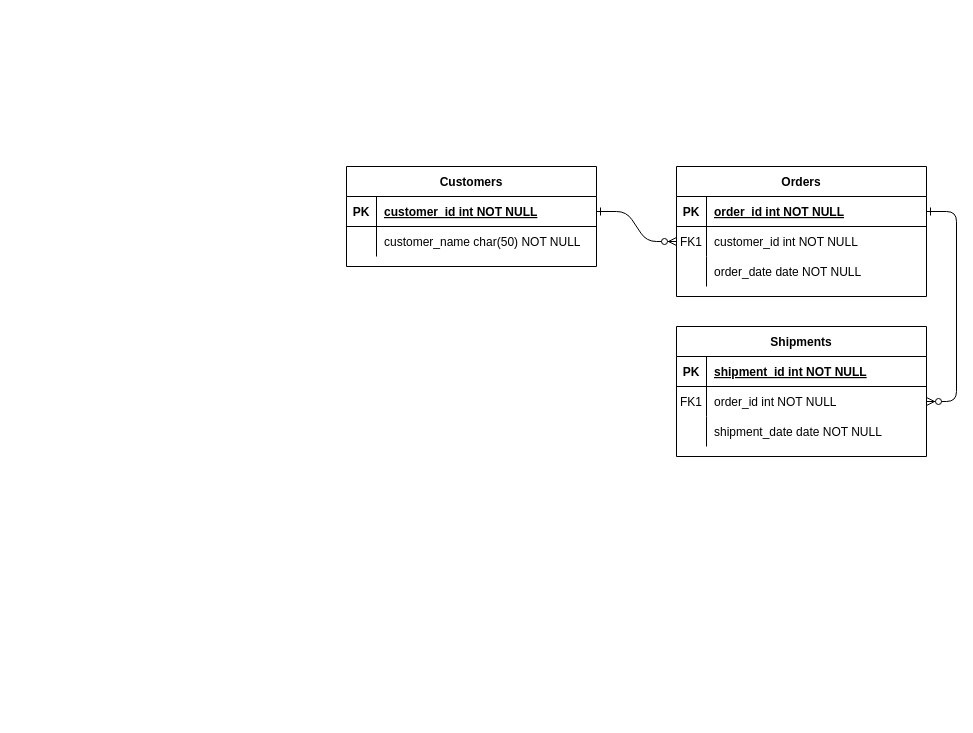
This is ER Diagram.drawio from ProgMahabub21/ABCD, a draw.io file, before an edit. Source tidied: cells renumbered, new cells numbered last; positions are measured from the earlier drawing's top-left corner, leaving out a move shared by most shapes. Both pictures are drawn from the tidied source at 100%, with x=0, y=0 at pixel (346, 166).
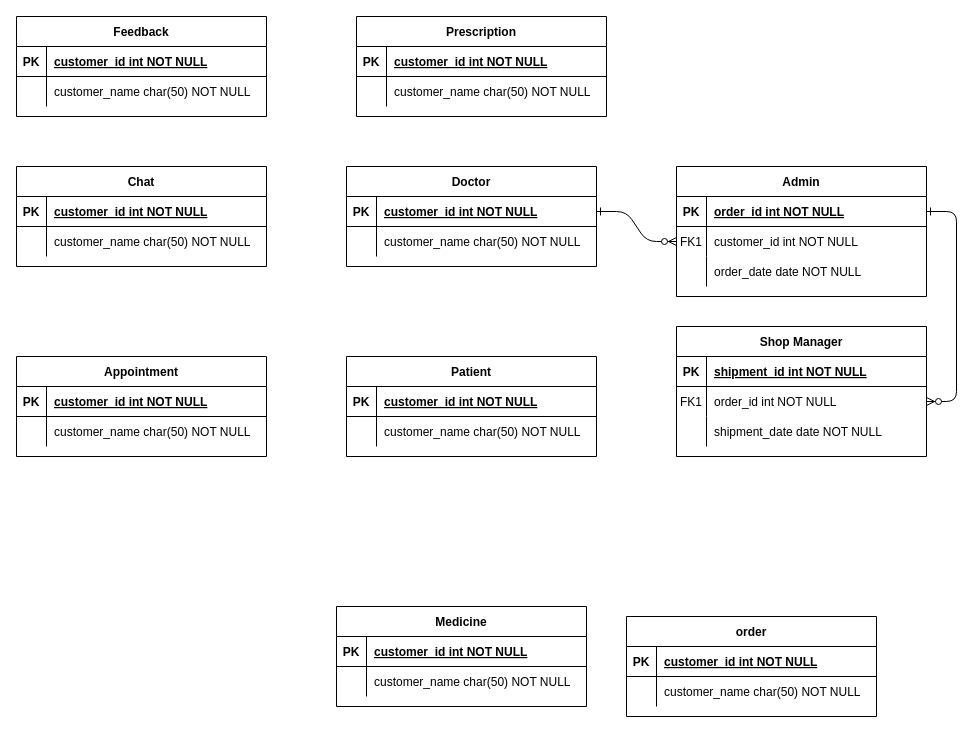
Above is the later version.

Change to the diagram source:
```diff
@@
-    <mxCell id="4" value="Orders" style="shape=table;startSize=30;childLayout=tableLayout;rowLines=0;fontStyle=1;align=center;" parent="1" vertex="1">
+    <mxCell id="4" value="Admin" style="shape=table;startSize=30;childLayout=tableLayout;rowLines=0;fontStyle=1;align=center;" parent="1" vertex="1">
       <mxGeometry x="330" width="250" height="130" as="geometry" />
     </mxCell>
@@
-    <mxCell id="14" value="Shipments" style="shape=table;startSize=30;childLayout=tableLayout;rowLines=0;fontStyle=1;align=center;" parent="1" vertex="1">
+    <mxCell id="14" value="Shop Manager" style="shape=table;startSize=30;childLayout=tableLayout;rowLines=0;fontStyle=1;align=center;" parent="1" vertex="1">
       <mxGeometry x="330" y="160" width="250" height="130" as="geometry" />
     </mxCell>
@@
-    <mxCell id="24" value="Customers" style="shape=table;startSize=30;childLayout=tableLayout;rowLines=0;fontStyle=1;align=center;" parent="1" vertex="1">
+    <mxCell id="24" value="Doctor" style="shape=table;startSize=30;childLayout=tableLayout;rowLines=0;fontStyle=1;align=center;" parent="1" vertex="1">
       <mxGeometry width="250" height="100" as="geometry" />
     </mxCell>
@@
+    <mxCell id="31" value="Patient" style="shape=table;startSize=30;childLayout=tableLayout;rowLines=0;fontStyle=1;align=center;" parent="1" vertex="1">
+      <mxGeometry y="190" width="250" height="100" as="geometry" />
+    </mxCell>
+    <mxCell id="32" style="shape=partialRectangle;fillColor=none;top=0;left=0;right=0;bottom=1;" parent="31" vertex="1">
+      <mxGeometry y="30" width="250" height="30" as="geometry" />
+    </mxCell>
+    <mxCell id="33" value="PK" style="shape=partialRectangle;overflow=hidden;fillColor=none;top=0;left=0;bottom=0;right=0;fontStyle=1;" parent="32" vertex="1">
+      <mxGeometry width="30" height="30" as="geometry" />
+    </mxCell>
+    <mxCell id="34" value="customer_id int NOT NULL " style="shape=partialRectangle;overflow=hidden;fillColor=none;top=0;left=0;bottom=0;right=0;align=left;spacingLeft=6;fontStyle=5;" parent="32" vertex="1">
+      <mxGeometry x="30" width="220" height="30" as="geometry" />
+    </mxCell>
+    <mxCell id="35" style="shape=partialRectangle;fillColor=none;top=0;left=0;right=0;bottom=0;" parent="31" vertex="1">
+      <mxGeometry y="60" width="250" height="30" as="geometry" />
+    </mxCell>
+    <mxCell id="36" style="shape=partialRectangle;overflow=hidden;fillColor=none;top=0;left=0;bottom=0;right=0;" parent="35" vertex="1">
+      <mxGeometry width="30" height="30" as="geometry" />
+    </mxCell>
+    <mxCell id="37" value="customer_name char(50) NOT NULL" style="shape=partialRectangle;overflow=hidden;fillColor=none;top=0;left=0;bottom=0;right=0;align=left;spacingLeft=6;" parent="35" vertex="1">
+      <mxGeometry x="30" width="220" height="30" as="geometry" />
+    </mxCell>
+    <mxCell id="38" value="Prescription" style="shape=table;startSize=30;childLayout=tableLayout;rowLines=0;fontStyle=1;align=center;" parent="1" vertex="1">
+      <mxGeometry x="10" y="-150" width="250" height="100" as="geometry" />
+    </mxCell>
+    <mxCell id="39" style="shape=partialRectangle;fillColor=none;top=0;left=0;right=0;bottom=1;" parent="38" vertex="1">
+      <mxGeometry y="30" width="250" height="30" as="geometry" />
+    </mxCell>
+    <mxCell id="40" value="PK" style="shape=partialRectangle;overflow=hidden;fillColor=none;top=0;left=0;bottom=0;right=0;fontStyle=1;" parent="39" vertex="1">
+      <mxGeometry width="30" height="30" as="geometry" />
+    </mxCell>
+    <mxCell id="41" value="customer_id int NOT NULL " style="shape=partialRectangle;overflow=hidden;fillColor=none;top=0;left=0;bottom=0;right=0;align=left;spacingLeft=6;fontStyle=5;" parent="39" vertex="1">
+      <mxGeometry x="30" width="220" height="30" as="geometry" />
+    </mxCell>
+    <mxCell id="42" style="shape=partialRectangle;fillColor=none;top=0;left=0;right=0;bottom=0;" parent="38" vertex="1">
+      <mxGeometry y="60" width="250" height="30" as="geometry" />
+    </mxCell>
+    <mxCell id="43" style="shape=partialRectangle;overflow=hidden;fillColor=none;top=0;left=0;bottom=0;right=0;" parent="42" vertex="1">
+      <mxGeometry width="30" height="30" as="geometry" />
+    </mxCell>
+    <mxCell id="44" value="customer_name char(50) NOT NULL" style="shape=partialRectangle;overflow=hidden;fillColor=none;top=0;left=0;bottom=0;right=0;align=left;spacingLeft=6;" parent="42" vertex="1">
+      <mxGeometry x="30" width="220" height="30" as="geometry" />
+    </mxCell>
+    <mxCell id="45" value="Chat" style="shape=table;startSize=30;childLayout=tableLayout;rowLines=0;fontStyle=1;align=center;" parent="1" vertex="1">
+      <mxGeometry x="-330" width="250" height="100" as="geometry" />
+    </mxCell>
+    <mxCell id="46" style="shape=partialRectangle;fillColor=none;top=0;left=0;right=0;bottom=1;" parent="45" vertex="1">
+      <mxGeometry y="30" width="250" height="30" as="geometry" />
+    </mxCell>
+    <mxCell id="47" value="PK" style="shape=partialRectangle;overflow=hidden;fillColor=none;top=0;left=0;bottom=0;right=0;fontStyle=1;" parent="46" vertex="1">
+      <mxGeometry width="30" height="30" as="geometry" />
+    </mxCell>
+    <mxCell id="48" value="customer_id int NOT NULL " style="shape=partialRectangle;overflow=hidden;fillColor=none;top=0;left=0;bottom=0;right=0;align=left;spacingLeft=6;fontStyle=5;" parent="46" vertex="1">
+      <mxGeometry x="30" width="220" height="30" as="geometry" />
+    </mxCell>
+    <mxCell id="49" style="shape=partialRectangle;fillColor=none;top=0;left=0;right=0;bottom=0;" parent="45" vertex="1">
+      <mxGeometry y="60" width="250" height="30" as="geometry" />
+    </mxCell>
+    <mxCell id="50" style="shape=partialRectangle;overflow=hidden;fillColor=none;top=0;left=0;bottom=0;right=0;" parent="49" vertex="1">
+      <mxGeometry width="30" height="30" as="geometry" />
+    </mxCell>
+    <mxCell id="51" value="customer_name char(50) NOT NULL" style="shape=partialRectangle;overflow=hidden;fillColor=none;top=0;left=0;bottom=0;right=0;align=left;spacingLeft=6;" parent="49" vertex="1">
+      <mxGeometry x="30" width="220" height="30" as="geometry" />
+    </mxCell>
+    <mxCell id="52" value="Appointment" style="shape=table;startSize=30;childLayout=tableLayout;rowLines=0;fontStyle=1;align=center;" parent="1" vertex="1">
+      <mxGeometry x="-330" y="190" width="250" height="100" as="geometry" />
+    </mxCell>
+    <mxCell id="53" style="shape=partialRectangle;fillColor=none;top=0;left=0;right=0;bottom=1;" parent="52" vertex="1">
+      <mxGeometry y="30" width="250" height="30" as="geometry" />
+    </mxCell>
+    <mxCell id="54" value="PK" style="shape=partialRectangle;overflow=hidden;fillColor=none;top=0;left=0;bottom=0;right=0;fontStyle=1;" parent="53" vertex="1">
+      <mxGeometry width="30" height="30" as="geometry" />
+    </mxCell>
+    <mxCell id="55" value="customer_id int NOT NULL " style="shape=partialRectangle;overflow=hidden;fillColor=none;top=0;left=0;bottom=0;right=0;align=left;spacingLeft=6;fontStyle=5;" parent="53" vertex="1">
+      <mxGeometry x="30" width="220" height="30" as="geometry" />
+    </mxCell>
+    <mxCell id="56" style="shape=partialRectangle;fillColor=none;top=0;left=0;right=0;bottom=0;" parent="52" vertex="1">
+      <mxGeometry y="60" width="250" height="30" as="geometry" />
+    </mxCell>
+    <mxCell id="57" style="shape=partialRectangle;overflow=hidden;fillColor=none;top=0;left=0;bottom=0;right=0;" parent="56" vertex="1">
+      <mxGeometry width="30" height="30" as="geometry" />
+    </mxCell>
+    <mxCell id="58" value="customer_name char(50) NOT NULL" style="shape=partialRectangle;overflow=hidden;fillColor=none;top=0;left=0;bottom=0;right=0;align=left;spacingLeft=6;" parent="56" vertex="1">
+      <mxGeometry x="30" width="220" height="30" as="geometry" />
+    </mxCell>
+    <mxCell id="59" value="Feedback" style="shape=table;startSize=30;childLayout=tableLayout;rowLines=0;fontStyle=1;align=center;" parent="1" vertex="1">
+      <mxGeometry x="-330" y="-150" width="250" height="100" as="geometry" />
+    </mxCell>
+    <mxCell id="60" style="shape=partialRectangle;fillColor=none;top=0;left=0;right=0;bottom=1;" parent="59" vertex="1">
+      <mxGeometry y="30" width="250" height="30" as="geometry" />
+    </mxCell>
+    <mxCell id="61" value="PK" style="shape=partialRectangle;overflow=hidden;fillColor=none;top=0;left=0;bottom=0;right=0;fontStyle=1;" parent="60" vertex="1">
+      <mxGeometry width="30" height="30" as="geometry" />
+    </mxCell>
+    <mxCell id="62" value="customer_id int NOT NULL " style="shape=partialRectangle;overflow=hidden;fillColor=none;top=0;left=0;bottom=0;right=0;align=left;spacingLeft=6;fontStyle=5;" parent="60" vertex="1">
+      <mxGeometry x="30" width="220" height="30" as="geometry" />
+    </mxCell>
+    <mxCell id="63" style="shape=partialRectangle;fillColor=none;top=0;left=0;right=0;bottom=0;" parent="59" vertex="1">
+      <mxGeometry y="60" width="250" height="30" as="geometry" />
+    </mxCell>
+    <mxCell id="64" style="shape=partialRectangle;overflow=hidden;fillColor=none;top=0;left=0;bottom=0;right=0;" parent="63" vertex="1">
+      <mxGeometry width="30" height="30" as="geometry" />
+    </mxCell>
+    <mxCell id="65" value="customer_name char(50) NOT NULL" style="shape=partialRectangle;overflow=hidden;fillColor=none;top=0;left=0;bottom=0;right=0;align=left;spacingLeft=6;" parent="63" vertex="1">
+      <mxGeometry x="30" width="220" height="30" as="geometry" />
+    </mxCell>
+    <mxCell id="66" value="order" style="shape=table;startSize=30;childLayout=tableLayout;rowLines=0;fontStyle=1;align=center;" parent="1" vertex="1">
+      <mxGeometry x="280" y="450" width="250" height="100" as="geometry" />
+    </mxCell>
+    <mxCell id="67" style="shape=partialRectangle;fillColor=none;top=0;left=0;right=0;bottom=1;" parent="66" vertex="1">
+      <mxGeometry y="30" width="250" height="30" as="geometry" />
+    </mxCell>
+    <mxCell id="68" value="PK" style="shape=partialRectangle;overflow=hidden;fillColor=none;top=0;left=0;bottom=0;right=0;fontStyle=1;" parent="67" vertex="1">
+      <mxGeometry width="30" height="30" as="geometry" />
+    </mxCell>
+    <mxCell id="69" value="customer_id int NOT NULL " style="shape=partialRectangle;overflow=hidden;fillColor=none;top=0;left=0;bottom=0;right=0;align=left;spacingLeft=6;fontStyle=5;" parent="67" vertex="1">
+      <mxGeometry x="30" width="220" height="30" as="geometry" />
+    </mxCell>
+    <mxCell id="70" style="shape=partialRectangle;fillColor=none;top=0;left=0;right=0;bottom=0;" parent="66" vertex="1">
+      <mxGeometry y="60" width="250" height="30" as="geometry" />
+    </mxCell>
+    <mxCell id="71" style="shape=partialRectangle;overflow=hidden;fillColor=none;top=0;left=0;bottom=0;right=0;" parent="70" vertex="1">
+      <mxGeometry width="30" height="30" as="geometry" />
+    </mxCell>
+    <mxCell id="72" value="customer_name char(50) NOT NULL" style="shape=partialRectangle;overflow=hidden;fillColor=none;top=0;left=0;bottom=0;right=0;align=left;spacingLeft=6;" parent="70" vertex="1">
+      <mxGeometry x="30" width="220" height="30" as="geometry" />
+    </mxCell>
+    <mxCell id="73" value="Medicine" style="shape=table;startSize=30;childLayout=tableLayout;rowLines=0;fontStyle=1;align=center;" parent="1" vertex="1">
+      <mxGeometry x="-10" y="440" width="250" height="100" as="geometry" />
+    </mxCell>
+    <mxCell id="74" style="shape=partialRectangle;fillColor=none;top=0;left=0;right=0;bottom=1;" parent="73" vertex="1">
+      <mxGeometry y="30" width="250" height="30" as="geometry" />
+    </mxCell>
+    <mxCell id="75" value="PK" style="shape=partialRectangle;overflow=hidden;fillColor=none;top=0;left=0;bottom=0;right=0;fontStyle=1;" parent="74" vertex="1">
+      <mxGeometry width="30" height="30" as="geometry" />
+    </mxCell>
+    <mxCell id="76" value="customer_id int NOT NULL " style="shape=partialRectangle;overflow=hidden;fillColor=none;top=0;left=0;bottom=0;right=0;align=left;spacingLeft=6;fontStyle=5;" parent="74" vertex="1">
+      <mxGeometry x="30" width="220" height="30" as="geometry" />
+    </mxCell>
+    <mxCell id="77" style="shape=partialRectangle;fillColor=none;top=0;left=0;right=0;bottom=0;" parent="73" vertex="1">
+      <mxGeometry y="60" width="250" height="30" as="geometry" />
+    </mxCell>
+    <mxCell id="78" style="shape=partialRectangle;overflow=hidden;fillColor=none;top=0;left=0;bottom=0;right=0;" parent="77" vertex="1">
+      <mxGeometry width="30" height="30" as="geometry" />
+    </mxCell>
+    <mxCell id="79" value="customer_name char(50) NOT NULL" style="shape=partialRectangle;overflow=hidden;fillColor=none;top=0;left=0;bottom=0;right=0;align=left;spacingLeft=6;" parent="77" vertex="1">
+      <mxGeometry x="30" width="220" height="30" as="geometry" />
+    </mxCell>
```
